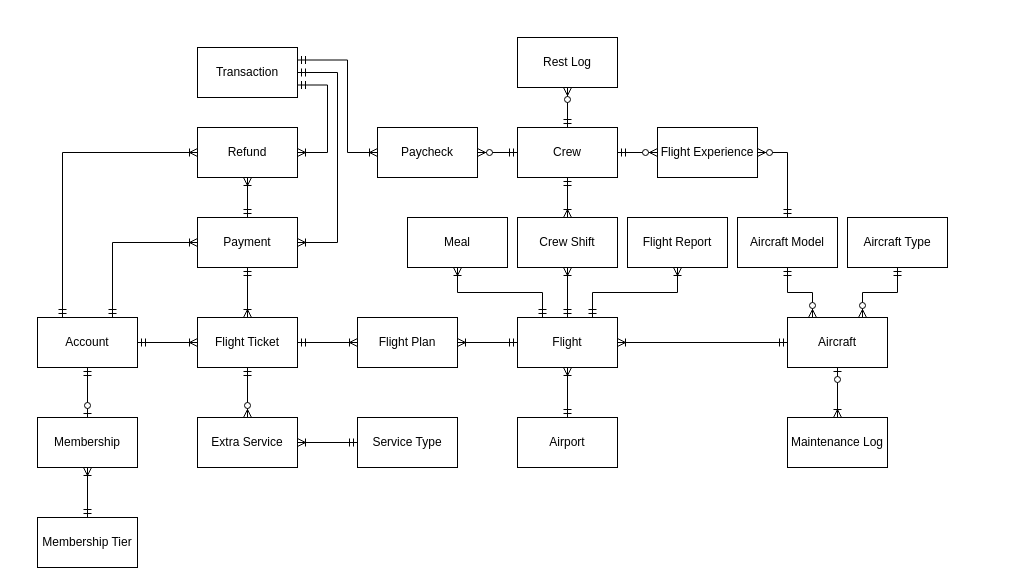
Above: erd.drawio in Poleric/database-design-assignment (draw.io), before the change. Source tidied: cells renumbered, new cells numbered last; positions are measured from the earlier drawing's top-left corner, leaving out a move shared by most shapes. Both pictures are drawn from the tidied source at 100%, with x=0, y=0 at pixel (37, 37).
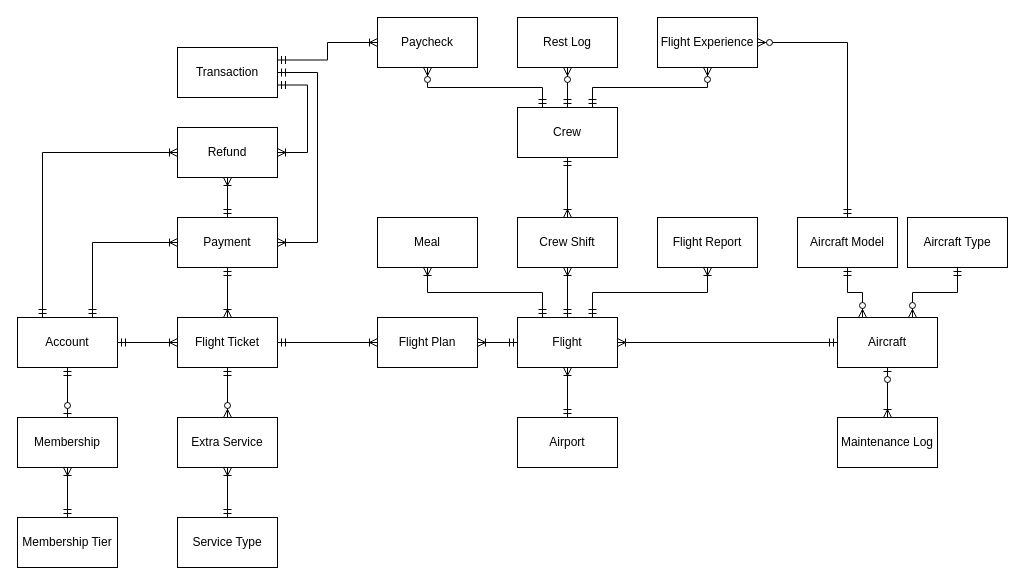
The same page after the edit.

Commit message:
make erd look nice

The edit, as a diff of the source:
```diff
@@
     <mxCell id="2" value="Aircraft" style="html=1;dashed=0;whiteSpace=wrap;" parent="1" vertex="1">
-      <mxGeometry x="750" y="280" width="100" height="50" as="geometry" />
+      <mxGeometry x="800" y="280" width="100" height="50" as="geometry" />
     </mxCell>
     <mxCell id="3" value="Account" style="html=1;dashed=0;whiteSpace=wrap;" parent="1" vertex="1">
-      <mxGeometry y="280" width="100" height="50" as="geometry" />
+      <mxGeometry x="-20" y="280" width="100" height="50" as="geometry" />
     </mxCell>
     <mxCell id="4" value="Crew" style="html=1;dashed=0;whiteSpace=wrap;" parent="1" vertex="1">
-      <mxGeometry x="480" y="90" width="100" height="50" as="geometry" />
+      <mxGeometry x="480" y="70" width="100" height="50" as="geometry" />
     </mxCell>
     <mxCell id="5" value="Paycheck" style="html=1;dashed=0;whiteSpace=wrap;" parent="1" vertex="1">
-      <mxGeometry x="340" y="90" width="100" height="50" as="geometry" />
+      <mxGeometry x="340" y="-20" width="100" height="50" as="geometry" />
     </mxCell>
     <mxCell id="6" value="Maintenance Log" style="html=1;dashed=0;whiteSpace=wrap;" parent="1" vertex="1">
-      <mxGeometry x="750" y="380" width="100" height="50" as="geometry" />
+      <mxGeometry x="800" y="380" width="100" height="50" as="geometry" />
     </mxCell>
@@
     <mxCell id="12" value="Flight Ticket" style="html=1;dashed=0;whiteSpace=wrap;" parent="1" vertex="1">
-      <mxGeometry x="160" y="280" width="100" height="50" as="geometry" />
+      <mxGeometry x="140" y="280" width="100" height="50" as="geometry" />
     </mxCell>
@@
     <mxCell id="17" value="Payment" style="html=1;dashed=0;whiteSpace=wrap;" parent="1" vertex="1">
-      <mxGeometry x="160" y="180" width="100" height="50" as="geometry" />
+      <mxGeometry x="140" y="180" width="100" height="50" as="geometry" />
     </mxCell>
@@
     <mxCell id="20" value="Refund" style="html=1;dashed=0;whiteSpace=wrap;" parent="1" vertex="1">
-      <mxGeometry x="160" y="90" width="100" height="50" as="geometry" />
+      <mxGeometry x="140" y="90" width="100" height="50" as="geometry" />
     </mxCell>
@@
     <mxCell id="23" value="Flight Plan" style="html=1;dashed=0;whiteSpace=wrap;" parent="1" vertex="1">
-      <mxGeometry x="320" y="280" width="100" height="50" as="geometry" />
+      <mxGeometry x="340" y="280" width="100" height="50" as="geometry" />
     </mxCell>
@@
-    <mxCell id="26" style="edgeStyle=orthogonalEdgeStyle;fontSize=12;html=1;endArrow=ERzeroToMany;startArrow=ERmandOne;rounded=0;entryX=1;entryY=0.5;entryDx=0;entryDy=0;exitX=0;exitY=0.5;exitDx=0;exitDy=0;" parent="1" edge="1" source="4" target="5">
+    <mxCell id="26" style="edgeStyle=orthogonalEdgeStyle;fontSize=12;html=1;endArrow=ERzeroToMany;startArrow=ERmandOne;rounded=0;entryX=0.5;entryY=1;entryDx=0;entryDy=0;exitX=0.25;exitY=0;exitDx=0;exitDy=0;" parent="1" edge="1" source="4" target="5">
       <mxGeometry relative="1" as="geometry" />
     </mxCell>
     <mxCell id="27" value="Aircraft Type" style="html=1;dashed=0;whiteSpace=wrap;" parent="1" vertex="1">
-      <mxGeometry x="810" y="180" width="100" height="50" as="geometry" />
+      <mxGeometry x="870" y="180" width="100" height="50" as="geometry" />
     </mxCell>
     <mxCell id="28" value="Membership" style="html=1;dashed=0;whiteSpace=wrap;" parent="1" vertex="1">
-      <mxGeometry y="380" width="100" height="50" as="geometry" />
+      <mxGeometry x="-20" y="380" width="100" height="50" as="geometry" />
     </mxCell>
     <mxCell id="29" value="Meal" style="html=1;dashed=0;whiteSpace=wrap;" parent="1" vertex="1">
-      <mxGeometry x="370" y="180" width="100" height="50" as="geometry" />
+      <mxGeometry x="340" y="180" width="100" height="50" as="geometry" />
     </mxCell>
@@
     <mxCell id="31" value="Membership Tier" style="html=1;dashed=0;whiteSpace=wrap;" parent="1" vertex="1">
-      <mxGeometry y="480" width="100" height="50" as="geometry" />
+      <mxGeometry x="-20" y="480" width="100" height="50" as="geometry" />
     </mxCell>
     <mxCell id="32" value="Rest Log" style="html=1;dashed=0;whiteSpace=wrap;" parent="1" vertex="1">
-      <mxGeometry x="480" width="100" height="50" as="geometry" />
+      <mxGeometry x="480" y="-20" width="100" height="50" as="geometry" />
     </mxCell>
     <mxCell id="33" value="Flight Report" style="html=1;dashed=0;whiteSpace=wrap;" parent="1" vertex="1">
-      <mxGeometry x="590" y="180" width="100" height="50" as="geometry" />
+      <mxGeometry x="620" y="180" width="100" height="50" as="geometry" />
     </mxCell>
@@
     <mxCell id="35" value="Extra Service" style="html=1;dashed=0;whiteSpace=wrap;" parent="1" vertex="1">
-      <mxGeometry x="160" y="380" width="100" height="50" as="geometry" />
+      <mxGeometry x="140" y="380" width="100" height="50" as="geometry" />
     </mxCell>
     <mxCell id="36" value="Flight Experience" style="html=1;dashed=0;whiteSpace=wrap;" parent="1" vertex="1">
-      <mxGeometry x="620" y="90" width="100" height="50" as="geometry" />
+      <mxGeometry x="620" y="-20" width="100" height="50" as="geometry" />
     </mxCell>
     <mxCell id="37" value="Aircraft Model" style="html=1;dashed=0;whiteSpace=wrap;" parent="1" vertex="1">
-      <mxGeometry x="700" y="180" width="100" height="50" as="geometry" />
+      <mxGeometry x="760" y="180" width="100" height="50" as="geometry" />
     </mxCell>
@@
-    <mxCell id="39" style="edgeStyle=orthogonalEdgeStyle;fontSize=12;html=1;endArrow=ERzeroToMany;startArrow=ERmandOne;rounded=0;entryX=0;entryY=0.5;entryDx=0;entryDy=0;exitX=1;exitY=0.5;exitDx=0;exitDy=0;" parent="1" edge="1" source="4" target="36">
+    <mxCell id="39" style="edgeStyle=orthogonalEdgeStyle;fontSize=12;html=1;endArrow=ERzeroToMany;startArrow=ERmandOne;rounded=0;entryX=0.5;entryY=1;entryDx=0;entryDy=0;exitX=0.75;exitY=0;exitDx=0;exitDy=0;" parent="1" edge="1" source="4" target="36">
       <mxGeometry relative="1" as="geometry" />
     </mxCell>
@@
     <mxCell id="44" value="Service Type" style="html=1;dashed=0;whiteSpace=wrap;" parent="1" vertex="1">
-      <mxGeometry x="320" y="380" width="100" height="50" as="geometry" />
+      <mxGeometry x="140" y="480" width="100" height="50" as="geometry" />
     </mxCell>
-    <mxCell id="45" style="edgeStyle=orthogonalEdgeStyle;fontSize=12;html=1;endArrow=ERoneToMany;startArrow=ERmandOne;rounded=0;entryX=1;entryY=0.5;entryDx=0;entryDy=0;exitX=0;exitY=0.5;exitDx=0;exitDy=0;" parent="1" edge="1" source="44" target="35">
+    <mxCell id="45" style="edgeStyle=orthogonalEdgeStyle;fontSize=12;html=1;endArrow=ERoneToMany;startArrow=ERmandOne;rounded=0;entryX=0.5;entryY=1;entryDx=0;entryDy=0;exitX=0.5;exitY=0;exitDx=0;exitDy=0;" parent="1" edge="1" source="44" target="35">
       <mxGeometry relative="1" as="geometry" />
     </mxCell>
@@
     <mxCell id="48" value="Transaction" style="html=1;dashed=0;whiteSpace=wrap;" parent="1" vertex="1">
-      <mxGeometry x="160" y="10" width="100" height="50" as="geometry" />
+      <mxGeometry x="140" y="10" width="100" height="50" as="geometry" />
     </mxCell>
     <mxCell id="49" style="edgeStyle=orthogonalEdgeStyle;fontSize=12;html=1;endArrow=ERoneToMany;startArrow=ERmandOne;rounded=0;entryX=1;entryY=0.5;entryDx=0;entryDy=0;exitX=1;exitY=0.5;exitDx=0;exitDy=0;" parent="1" edge="1" source="48" target="17">
       <mxGeometry relative="1" as="geometry">
         <Array as="points">
-          <mxPoint x="300" y="35" />
-          <mxPoint x="300" y="205" />
+          <mxPoint x="280" y="35" />
+          <mxPoint x="280" y="205" />
         </Array>
       </mxGeometry>
     </mxCell>
     <mxCell id="50" style="edgeStyle=orthogonalEdgeStyle;fontSize=12;html=1;endArrow=ERoneToMany;startArrow=ERmandOne;rounded=0;entryX=1;entryY=0.5;entryDx=0;entryDy=0;exitX=1;exitY=0.75;exitDx=0;exitDy=0;" parent="1" edge="1" source="48" target="20">
       <mxGeometry relative="1" as="geometry">
         <Array as="points">
-          <mxPoint x="290" y="48" />
-          <mxPoint x="290" y="115" />
+          <mxPoint x="270" y="48" />
+          <mxPoint x="270" y="115" />
         </Array>
       </mxGeometry>
     </mxCell>
-    <mxCell id="51" style="edgeStyle=orthogonalEdgeStyle;fontSize=12;html=1;endArrow=ERoneToMany;startArrow=ERmandOne;rounded=0;entryX=0;entryY=0.5;entryDx=0;entryDy=0;exitX=1;exitY=0.25;exitDx=0;exitDy=0;" parent="1" edge="1" source="48" target="5">
-      <mxGeometry relative="1" as="geometry">
-        <Array as="points">
-          <mxPoint x="310" y="23" />
-          <mxPoint x="310" y="115" />
-        </Array>
-      </mxGeometry>
+    <mxCell id="51" style="edgeStyle=orthogonalEdgeStyle;fontSize=12;html=1;endArrow=ERoneToMany;startArrow=ERmandOne;rounded=0;exitX=1;exitY=0.25;exitDx=0;exitDy=0;entryX=0;entryY=0.5;entryDx=0;entryDy=0;" parent="1" edge="1" source="48" target="5">
+      <mxGeometry relative="1" as="geometry" />
     </mxCell>
```
